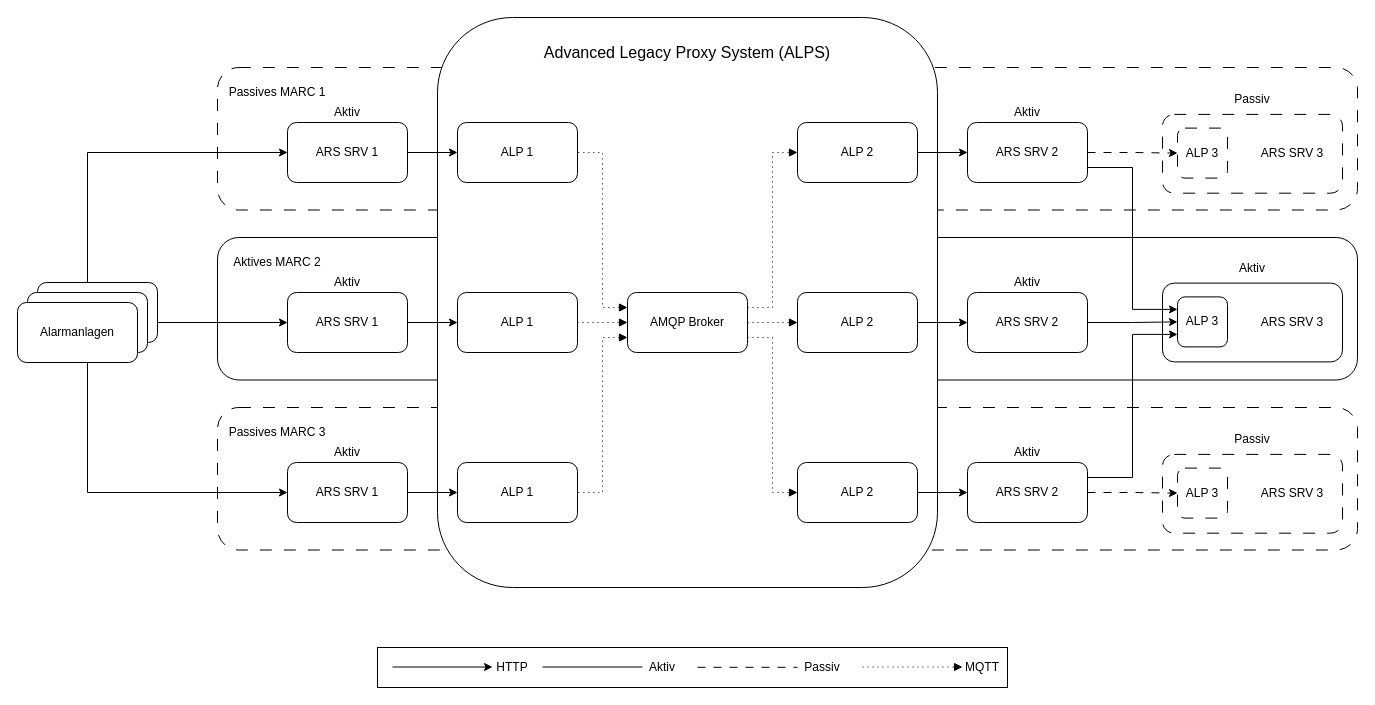
Above: drawio/a_lps.drawio in JadKHaddad/MT (draw.io), before the change. Source tidied: cells renumbered, new cells numbered last; positions are measured from the earlier drawing's top-left corner, leaving out a move shared by most shapes. Both pictures are drawn from the tidied source at 100%, with x=0, y=0 at pixel (17, 17).
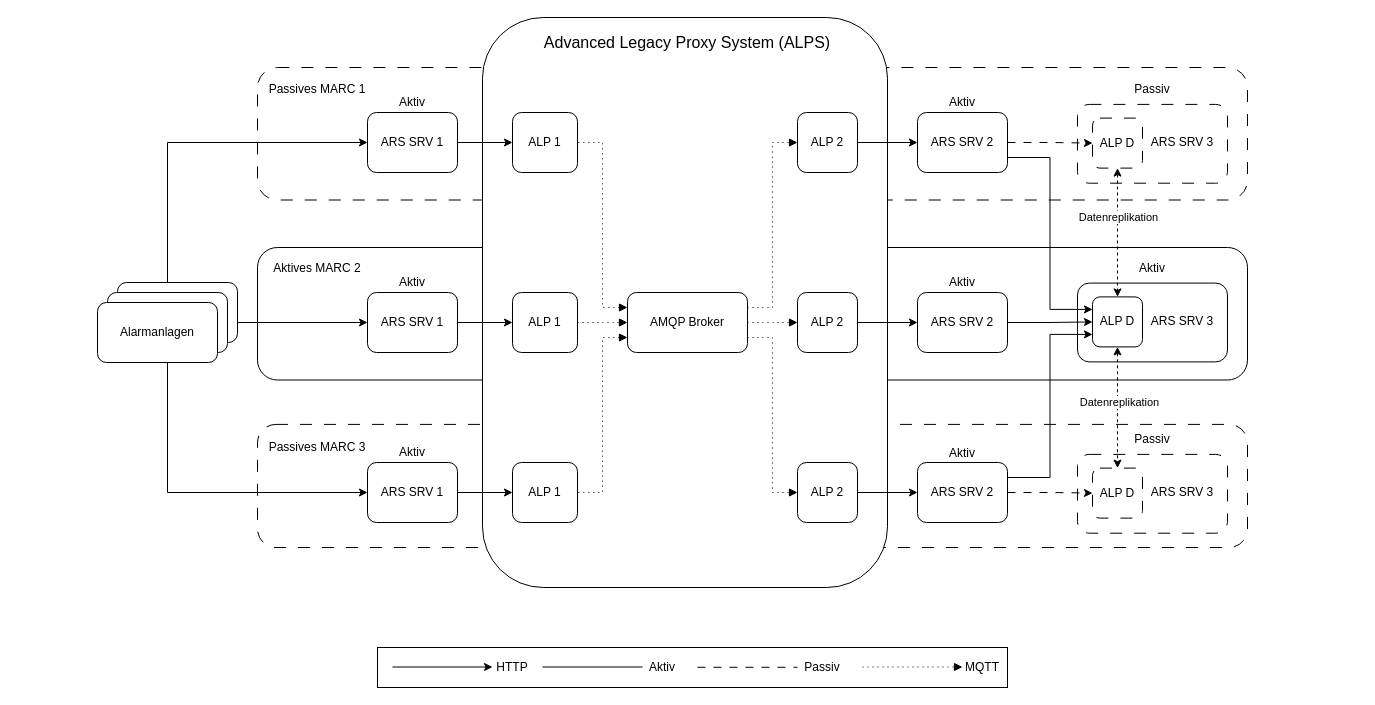
After the change.

The edit, as a diff of the source:
```diff
@@
     <mxCell id="4" style="rounded=1;whiteSpace=wrap;html=1;" parent="1" vertex="1">
-      <mxGeometry x="20" y="265" width="120" height="60" as="geometry" />
+      <mxGeometry x="100" y="265" width="120" height="60" as="geometry" />
     </mxCell>
     <mxCell id="5" style="edgeStyle=orthogonalEdgeStyle;rounded=0;jettySize=auto;html=1;entryX=0;entryY=0.5;entryDx=0;entryDy=0;" parent="1" edge="1" source="6" target="15">
       <mxGeometry relative="1" as="geometry">
         <Array as="points">
-          <mxPoint x="70" y="475" />
+          <mxPoint x="150" y="475" />
         </Array>
       </mxGeometry>
     </mxCell>
     <mxCell id="6" style="rounded=1;whiteSpace=wrap;html=1;" parent="1" vertex="1">
-      <mxGeometry x="10" y="275" width="120" height="60" as="geometry" />
+      <mxGeometry x="90" y="275" width="120" height="60" as="geometry" />
     </mxCell>
     <mxCell id="7" value="Alarmanlagen" style="rounded=1;whiteSpace=wrap;html=1;" parent="1" vertex="1">
-      <mxGeometry y="285" width="120" height="60" as="geometry" />
+      <mxGeometry x="80" y="285" width="120" height="60" as="geometry" />
     </mxCell>
     <mxCell id="8" style="rounded=1;whiteSpace=wrap;html=1;labelPosition=center;verticalLabelPosition=middle;align=center;verticalAlign=middle;fillColor=none;dashed=1;dashPattern=12 12;" parent="1" vertex="1">
-      <mxGeometry x="200" y="50" width="1140" height="142.5" as="geometry" />
+      <mxGeometry x="240" y="50" width="990" height="132.5" as="geometry" />
     </mxCell>
     <mxCell id="9" value="ARS SRV 1" style="rounded=1;whiteSpace=wrap;html=1;" parent="1" vertex="1">
-      <mxGeometry x="270" y="105" width="120" height="60" as="geometry" />
+      <mxGeometry x="350" y="95" width="90" height="60" as="geometry" />
     </mxCell>
     <mxCell id="10" value="ARS SRV 2" style="rounded=1;whiteSpace=wrap;html=1;" parent="1" vertex="1">
-      <mxGeometry x="950" y="105" width="120" height="60" as="geometry" />
+      <mxGeometry x="900" y="95" width="90" height="60" as="geometry" />
     </mxCell>
     <mxCell id="11" value="Aktiv" style="text;html=1;whiteSpace=wrap;strokeColor=none;fillColor=none;align=center;verticalAlign=middle;rounded=0;" parent="1" vertex="1">
-      <mxGeometry x="300" y="80" width="60" height="30" as="geometry" />
+      <mxGeometry x="365" y="70" width="60" height="30" as="geometry" />
     </mxCell>
     <mxCell id="12" value="Aktiv" style="text;html=1;whiteSpace=wrap;strokeColor=none;fillColor=none;align=center;verticalAlign=middle;rounded=0;" parent="1" vertex="1">
-      <mxGeometry x="980" y="80" width="60" height="30" as="geometry" />
+      <mxGeometry x="915" y="70" width="60" height="30" as="geometry" />
     </mxCell>
     <mxCell id="13" value="Passives MARC 1" style="text;html=1;whiteSpace=wrap;strokeColor=none;fillColor=none;align=center;verticalAlign=middle;rounded=0;" parent="1" vertex="1">
-      <mxGeometry x="210" y="60" width="100" height="30" as="geometry" />
+      <mxGeometry x="250" y="56.9" width="100" height="30" as="geometry" />
     </mxCell>
     <mxCell id="14" style="rounded=1;whiteSpace=wrap;html=1;labelPosition=center;verticalLabelPosition=middle;align=center;verticalAlign=middle;fillColor=none;dashed=1;dashPattern=12 12;" parent="1" vertex="1">
-      <mxGeometry x="200" y="390" width="1140" height="142.5" as="geometry" />
+      <mxGeometry x="240" y="406.9" width="990" height="123.1" as="geometry" />
     </mxCell>
     <mxCell id="15" value="ARS SRV 1" style="rounded=1;whiteSpace=wrap;html=1;" parent="1" vertex="1">
-      <mxGeometry x="270" y="445" width="120" height="60" as="geometry" />
+      <mxGeometry x="350" y="445" width="90" height="60" as="geometry" />
     </mxCell>
     <mxCell id="16" value="ARS SRV 2" style="rounded=1;whiteSpace=wrap;html=1;" parent="1" vertex="1">
-      <mxGeometry x="950" y="445" width="120" height="60" as="geometry" />
+      <mxGeometry x="900" y="445" width="90" height="60" as="geometry" />
     </mxCell>
     <mxCell id="17" value="Aktiv" style="text;html=1;whiteSpace=wrap;strokeColor=none;fillColor=none;align=center;verticalAlign=middle;rounded=0;" parent="1" vertex="1">
-      <mxGeometry x="300" y="420" width="60" height="30" as="geometry" />
+      <mxGeometry x="365" y="420" width="60" height="30" as="geometry" />
     </mxCell>
     <mxCell id="18" style="rounded=1;whiteSpace=wrap;html=1;labelPosition=center;verticalLabelPosition=middle;align=center;verticalAlign=middle;fillColor=none;" parent="1" vertex="1">
-      <mxGeometry x="200" y="220" width="1140" height="142.5" as="geometry" />
+      <mxGeometry x="240" y="230" width="990" height="132.5" as="geometry" />
     </mxCell>
     <mxCell id="19" value="Aktiv" style="text;html=1;whiteSpace=wrap;strokeColor=none;fillColor=none;align=center;verticalAlign=middle;rounded=0;" parent="1" vertex="1">
-      <mxGeometry x="980" y="420" width="60" height="30" as="geometry" />
+      <mxGeometry x="915" y="420.6" width="60" height="30" as="geometry" />
     </mxCell>
     <mxCell id="20" value="Passives MARC 3" style="text;html=1;whiteSpace=wrap;strokeColor=none;fillColor=none;align=center;verticalAlign=middle;rounded=0;" parent="1" vertex="1">
-      <mxGeometry x="210" y="400" width="100" height="30" as="geometry" />
+      <mxGeometry x="250" y="415" width="100" height="30" as="geometry" />
     </mxCell>
     <mxCell id="21" value="ARS SRV 1" style="rounded=1;whiteSpace=wrap;html=1;" parent="1" vertex="1">
-      <mxGeometry x="270" y="275" width="120" height="60" as="geometry" />
+      <mxGeometry x="350" y="275" width="90" height="60" as="geometry" />
     </mxCell>
     <mxCell id="22" value="ARS SRV 2" style="rounded=1;whiteSpace=wrap;html=1;" parent="1" vertex="1">
-      <mxGeometry x="950" y="275" width="120" height="60" as="geometry" />
+      <mxGeometry x="900" y="275" width="90" height="60" as="geometry" />
     </mxCell>
     <mxCell id="23" style="rounded=1;whiteSpace=wrap;html=1;textShadow=0;" parent="1" vertex="1">
-      <mxGeometry x="1145" y="265.6" width="180" height="78.8" as="geometry" />
+      <mxGeometry x="1060" y="265.6" width="150" height="78.8" as="geometry" />
     </mxCell>
     <mxCell id="24" value="Aktiv" style="text;html=1;whiteSpace=wrap;strokeColor=none;fillColor=none;align=center;verticalAlign=middle;rounded=0;" parent="1" vertex="1">
-      <mxGeometry x="300" y="250" width="60" height="30" as="geometry" />
+      <mxGeometry x="365" y="250" width="60" height="30" as="geometry" />
     </mxCell>
     <mxCell id="25" value="Aktiv" style="text;html=1;whiteSpace=wrap;strokeColor=none;fillColor=none;align=center;verticalAlign=middle;rounded=0;" parent="1" vertex="1">
-      <mxGeometry x="980" y="250" width="60" height="30" as="geometry" />
+      <mxGeometry x="915" y="250" width="60" height="30" as="geometry" />
     </mxCell>
     <mxCell id="26" value="Aktiv" style="text;html=1;whiteSpace=wrap;strokeColor=none;fillColor=none;align=center;verticalAlign=middle;rounded=0;" parent="1" vertex="1">
-      <mxGeometry x="1205" y="235.6" width="60" height="30" as="geometry" />
+      <mxGeometry x="1105" y="235.6" width="60" height="30" as="geometry" />
     </mxCell>
     <mxCell id="27" value="Aktives MARC 2" style="text;html=1;whiteSpace=wrap;strokeColor=none;fillColor=none;align=center;verticalAlign=middle;rounded=0;" parent="1" vertex="1">
-      <mxGeometry x="210" y="230" width="100" height="30" as="geometry" />
+      <mxGeometry x="250" y="235.6" width="100" height="30" as="geometry" />
     </mxCell>
     <mxCell id="28" style="rounded=1;whiteSpace=wrap;html=1;" parent="1" vertex="1">
-      <mxGeometry x="420" width="500" height="570" as="geometry" />
+      <mxGeometry x="465" width="405" height="570" as="geometry" />
     </mxCell>
     <mxCell id="29" value="ALP 1" style="rounded=1;whiteSpace=wrap;html=1;" parent="1" vertex="1">
-      <mxGeometry x="440" y="105" width="120" height="60" as="geometry" />
+      <mxGeometry x="495" y="95" width="65" height="60" as="geometry" />
     </mxCell>
@@
     <mxCell id="31" value="ALP 2" style="rounded=1;whiteSpace=wrap;html=1;" parent="1" vertex="1">
-      <mxGeometry x="780" y="105" width="120" height="60" as="geometry" />
+      <mxGeometry x="780" y="95" width="60" height="60" as="geometry" />
     </mxCell>
@@
     <mxCell id="39" value="ALP 2" style="rounded=1;whiteSpace=wrap;html=1;" parent="1" vertex="1">
-      <mxGeometry x="780" y="275" width="120" height="60" as="geometry" />
+      <mxGeometry x="780" y="275" width="60" height="60" as="geometry" />
     </mxCell>
     <mxCell id="40" value="ALP 2" style="rounded=1;whiteSpace=wrap;html=1;" parent="1" vertex="1">
-      <mxGeometry x="780" y="445" width="120" height="60" as="geometry" />
+      <mxGeometry x="780" y="445" width="60" height="60" as="geometry" />
     </mxCell>
@@
     <mxCell id="42" value="ALP 1" style="rounded=1;whiteSpace=wrap;html=1;" parent="1" vertex="1">
-      <mxGeometry x="440" y="275" width="120" height="60" as="geometry" />
+      <mxGeometry x="495" y="275" width="65" height="60" as="geometry" />
     </mxCell>
     <mxCell id="43" value="ALP 1" style="rounded=1;whiteSpace=wrap;html=1;" parent="1" vertex="1">
-      <mxGeometry x="440" y="445" width="120" height="60" as="geometry" />
+      <mxGeometry x="495" y="445" width="65" height="60" as="geometry" />
     </mxCell>
     <mxCell id="44" value="Advanced Legacy Proxy System (ALPS)" style="text;html=1;whiteSpace=wrap;strokeColor=none;fillColor=none;align=center;verticalAlign=middle;rounded=0;fontSize=16;" parent="1" vertex="1">
-      <mxGeometry x="525" y="20" width="290" height="30" as="geometry" />
+      <mxGeometry x="525" y="10" width="290" height="30" as="geometry" />
     </mxCell>
@@
-    <mxCell id="58" value="ALP 3" style="rounded=1;whiteSpace=wrap;html=1;" parent="1" vertex="1">
-      <mxGeometry x="1160" y="279.4" width="50" height="50" as="geometry" />
+    <mxCell id="58" value="ALP D" style="rounded=1;whiteSpace=wrap;html=1;" parent="1" vertex="1">
+      <mxGeometry x="1075" y="279.4" width="50" height="50" as="geometry" />
     </mxCell>
@@
     <mxCell id="62" value="ARS SRV 3" style="text;html=1;whiteSpace=wrap;strokeColor=none;fillColor=none;align=center;verticalAlign=middle;rounded=0;" parent="1" vertex="1">
-      <mxGeometry x="1235" y="290" width="80" height="30" as="geometry" />
+      <mxGeometry x="1125" y="289.4" width="80" height="30" as="geometry" />
     </mxCell>
     <mxCell id="63" style="rounded=1;whiteSpace=wrap;html=1;textShadow=0;dashed=1;dashPattern=12 12;" parent="1" vertex="1">
-      <mxGeometry x="1145" y="96.9" width="180" height="78.8" as="geometry" />
+      <mxGeometry x="1060" y="86.9" width="150" height="78.8" as="geometry" />
     </mxCell>
     <mxCell id="64" value="Passiv" style="text;html=1;whiteSpace=wrap;strokeColor=none;fillColor=none;align=center;verticalAlign=middle;rounded=0;" parent="1" vertex="1">
-      <mxGeometry x="1205" y="66.9" width="60" height="30" as="geometry" />
+      <mxGeometry x="1105" y="56.9" width="60" height="30" as="geometry" />
     </mxCell>
+    <mxCell id="73" style="edgeStyle=orthogonalEdgeStyle;rounded=0;jettySize=auto;html=1;exitX=0.5;exitY=1;exitDx=0;exitDy=0;entryX=0.5;entryY=0;entryDx=0;entryDy=0;dashed=1;startArrow=classic;startFill=1;" parent="1" edge="1" source="65" target="58">
+      <mxGeometry relative="1" as="geometry" />
+    </mxCell>
+    <mxCell id="74" value="Datenreplikation" style="edgeLabel;html=1;align=center;verticalAlign=middle;" parent="73" vertex="1">
+      <mxGeometry x="0.13" y="1" relative="1" as="geometry">
+        <mxPoint x="-1" y="-24" as="offset" />
+      </mxGeometry>
+    </mxCell>
-    <mxCell id="65" value="ALP 3" style="rounded=1;whiteSpace=wrap;html=1;dashed=1;dashPattern=12 12;" parent="1" vertex="1">
-      <mxGeometry x="1160" y="110.6" width="50" height="50" as="geometry" />
+    <mxCell id="65" value="ALP D" style="rounded=1;whiteSpace=wrap;html=1;dashed=1;dashPattern=12 12;" parent="1" vertex="1">
+      <mxGeometry x="1075" y="100.6" width="50" height="50" as="geometry" />
     </mxCell>
     <mxCell id="66" value="ARS SRV 3" style="text;html=1;whiteSpace=wrap;strokeColor=none;fillColor=none;align=center;verticalAlign=middle;rounded=0;" parent="1" vertex="1">
-      <mxGeometry x="1235" y="121.3" width="80" height="30" as="geometry" />
+      <mxGeometry x="1125" y="110" width="80" height="30" as="geometry" />
     </mxCell>
@@
     <mxCell id="68" style="rounded=1;whiteSpace=wrap;html=1;textShadow=0;dashed=1;dashPattern=12 12;" parent="1" vertex="1">
-      <mxGeometry x="1145" y="436.9" width="180" height="78.8" as="geometry" />
+      <mxGeometry x="1060" y="436.9" width="150" height="78.8" as="geometry" />
     </mxCell>
     <mxCell id="69" value="Passiv" style="text;html=1;whiteSpace=wrap;strokeColor=none;fillColor=none;align=center;verticalAlign=middle;rounded=0;" parent="1" vertex="1">
-      <mxGeometry x="1205" y="406.9" width="60" height="30" as="geometry" />
+      <mxGeometry x="1105" y="406.9" width="60" height="30" as="geometry" />
     </mxCell>
-    <mxCell id="70" value="ALP 3" style="rounded=1;whiteSpace=wrap;html=1;dashed=1;dashPattern=12 12;" parent="1" vertex="1">
-      <mxGeometry x="1160" y="450.6" width="50" height="50" as="geometry" />
+    <mxCell id="70" value="ALP D" style="rounded=1;whiteSpace=wrap;html=1;dashed=1;dashPattern=12 12;" parent="1" vertex="1">
+      <mxGeometry x="1075" y="450.6" width="50" height="50" as="geometry" />
     </mxCell>
     <mxCell id="71" value="ARS SRV 3" style="text;html=1;whiteSpace=wrap;strokeColor=none;fillColor=none;align=center;verticalAlign=middle;rounded=0;" parent="1" vertex="1">
-      <mxGeometry x="1235" y="461.3" width="80" height="30" as="geometry" />
+      <mxGeometry x="1125" y="460" width="80" height="30" as="geometry" />
     </mxCell>
@@
+    <mxCell id="75" style="edgeStyle=orthogonalEdgeStyle;rounded=0;jettySize=auto;html=1;exitX=0.5;exitY=1;exitDx=0;exitDy=0;entryX=0.5;entryY=0;entryDx=0;entryDy=0;dashed=1;startArrow=classic;startFill=1;" parent="1" edge="1" source="58" target="70">
+      <mxGeometry relative="1" as="geometry" />
+    </mxCell>
+    <mxCell id="76" value="Datenreplikation" style="edgeLabel;html=1;align=center;verticalAlign=middle;" parent="75" vertex="1">
+      <mxGeometry x="-0.09" y="1" relative="1" as="geometry" />
+    </mxCell>
```
